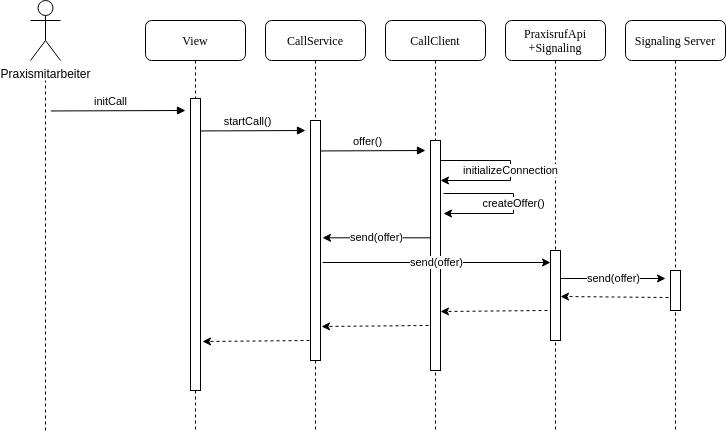
This is src/graphics/diagramms/Sequence_MobileClient_Caller_Signaling.drawio.png from jsvilling/IP6_Bachelorarbeit_Bericht_Cloudbasiertes_Praxisrufsystem, a draw.io export, as it was before one commit. Source tidied: cells renumbered, new cells last; positions are measured from the earlier drawing's top-left corner, leaving out a move shared by most shapes.
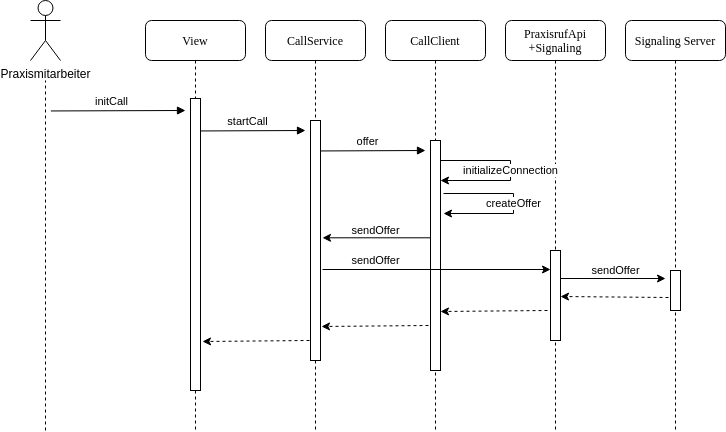
Later version of the same file.

Commit message:
Add sequence receiver sig

What changed in the source:
```diff
@@ -11,7 +11,7 @@
     <mxCell id="4" value="CallClient" style="shape=umlLifeline;perimeter=lifelinePerimeter;whiteSpace=wrap;html=1;rounded=1;shadow=0;comic=0;labelBackgroundColor=none;strokeWidth=1;fontFamily=Verdana;fontSize=12;align=center;" parent="1" vertex="1">
       <mxGeometry x="355" y="20" width="100" height="410" as="geometry" />
     </mxCell>
-    <mxCell id="5" value="offer()" style="html=1;verticalAlign=bottom;endArrow=block;exitX=1.034;exitY=0.016;exitDx=0;exitDy=0;exitPerimeter=0;" parent="4" edge="1">
+    <mxCell id="5" value="offer" style="html=1;verticalAlign=bottom;endArrow=block;exitX=1.034;exitY=0.016;exitDx=0;exitDy=0;exitPerimeter=0;" parent="4" edge="1">
       <mxGeometry x="-0.1" relative="1" as="geometry">
         <mxPoint x="-65" y="130.5" as="sourcePoint" />
         <mxPoint x="40" y="130" as="targetPoint" />
@@ -68,7 +68,7 @@
     <mxCell id="16" style="html=1;perimeter=orthogonalPerimeter;rounded=0;shadow=0;comic=0;labelBackgroundColor=none;strokeWidth=1;fontFamily=Verdana;fontSize=12;align=center;" parent="15" vertex="1">
       <mxGeometry x="45" y="100" width="10" height="240" as="geometry" />
     </mxCell>
-    <mxCell id="17" value="startCall()" style="html=1;verticalAlign=bottom;endArrow=block;exitX=1.034;exitY=0.016;exitDx=0;exitDy=0;exitPerimeter=0;" parent="15" edge="1">
+    <mxCell id="17" value="startCall" style="html=1;verticalAlign=bottom;endArrow=block;exitX=1.034;exitY=0.016;exitDx=0;exitDy=0;exitPerimeter=0;" parent="15" edge="1">
       <mxGeometry x="-0.1" relative="1" as="geometry">
         <mxPoint x="-65" y="110.5" as="sourcePoint" />
         <mxPoint x="40" y="110" as="targetPoint" />
@@ -77,8 +77,8 @@
     <mxCell id="18" value="Signaling Server" style="shape=umlLifeline;perimeter=lifelinePerimeter;whiteSpace=wrap;html=1;rounded=1;shadow=0;comic=0;labelBackgroundColor=none;strokeWidth=1;fontFamily=Verdana;fontSize=12;align=center;" parent="1" vertex="1">
       <mxGeometry x="595" y="20" width="100" height="410" as="geometry" />
     </mxCell>
-    <mxCell id="19" value="send(offer)" style="endArrow=classic;html=1;rounded=0;exitX=1.2;exitY=0.8;exitDx=0;exitDy=0;exitPerimeter=0;" parent="18" edge="1">
-      <mxGeometry relative="1" as="geometry">
+    <mxCell id="19" value="sendOffer" style="endArrow=classic;html=1;rounded=0;exitX=1.2;exitY=0.8;exitDx=0;exitDy=0;exitPerimeter=0;" parent="18" edge="1">
+      <mxGeometry x="0.05" y="8" relative="1" as="geometry">
         <mxPoint x="-65" y="258" as="sourcePoint" />
         <mxPoint x="40" y="258" as="targetPoint" />
       </mxGeometry>
@@ -86,7 +86,7 @@
     <mxCell id="20" style="html=1;perimeter=orthogonalPerimeter;rounded=0;shadow=0;comic=0;labelBackgroundColor=none;strokeWidth=1;fontFamily=Verdana;fontSize=12;align=center;" parent="18" vertex="1">
       <mxGeometry x="45" y="250" width="10" height="40" as="geometry" />
     </mxCell>
-    <mxCell id="21" value="createOffer()" style="endArrow=classic;html=1;rounded=0;" parent="1" edge="1">
+    <mxCell id="21" value="createOffer" style="endArrow=classic;html=1;rounded=0;" parent="1" edge="1">
       <mxGeometry relative="1" as="geometry">
         <mxPoint x="413" y="193" as="sourcePoint" />
         <mxPoint x="413" y="213" as="targetPoint" />
@@ -96,16 +96,16 @@
         </Array>
       </mxGeometry>
     </mxCell>
-    <mxCell id="22" value="send(offer)" style="endArrow=classic;html=1;rounded=0;entryX=1.2;entryY=0.639;entryDx=0;entryDy=0;entryPerimeter=0;" parent="1" edge="1">
-      <mxGeometry relative="1" as="geometry">
+    <mxCell id="22" value="sendOffer" style="endArrow=classic;html=1;rounded=0;entryX=1.2;entryY=0.639;entryDx=0;entryDy=0;entryPerimeter=0;" parent="1" edge="1">
+      <mxGeometry x="0.02" y="-7" relative="1" as="geometry">
         <mxPoint x="400" y="237.3" as="sourcePoint" />
         <mxPoint x="292" y="237.3" as="targetPoint" />
       </mxGeometry>
     </mxCell>
-    <mxCell id="23" value="send(offer)" style="endArrow=classic;html=1;rounded=0;exitX=1.2;exitY=0.8;exitDx=0;exitDy=0;exitPerimeter=0;" parent="1" edge="1">
-      <mxGeometry relative="1" as="geometry">
-        <mxPoint x="292" y="262" as="sourcePoint" />
-        <mxPoint x="520" y="262" as="targetPoint" />
+    <mxCell id="23" value="sendOffer" style="endArrow=classic;html=1;rounded=0;exitX=1.2;exitY=0.8;exitDx=0;exitDy=0;exitPerimeter=0;" parent="1" edge="1">
+      <mxGeometry x="-0.54" y="9" relative="1" as="geometry">
+        <mxPoint x="292" y="269" as="sourcePoint" />
+        <mxPoint x="520" y="269" as="targetPoint" />
       </mxGeometry>
     </mxCell>
     <mxCell id="24" style="endArrow=classic;html=1;rounded=0;dashed=1;entryX=1;entryY=0.578;entryDx=0;entryDy=0;entryPerimeter=0;exitX=-0.2;exitY=0.825;exitDx=0;exitDy=0;exitPerimeter=0;" parent="1" edge="1">
```
